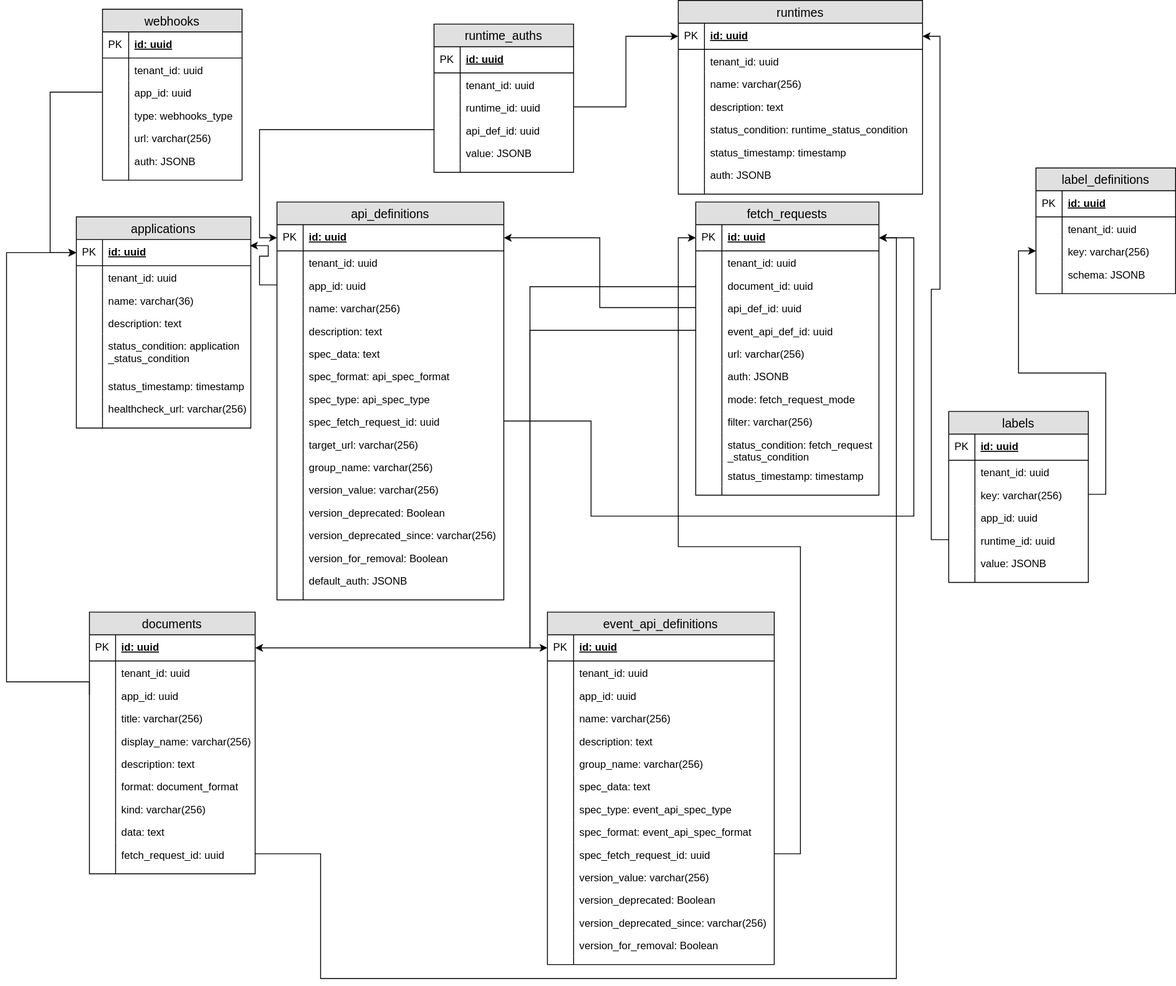
Above: docs/architecture/assets/entity_diagram.svg in kyma-incubator/compass (draw.io), before the change. Source tidied: cells renumbered, new cells last; positions are measured from the earlier drawing's top-left corner, leaving out a move shared by most shapes.
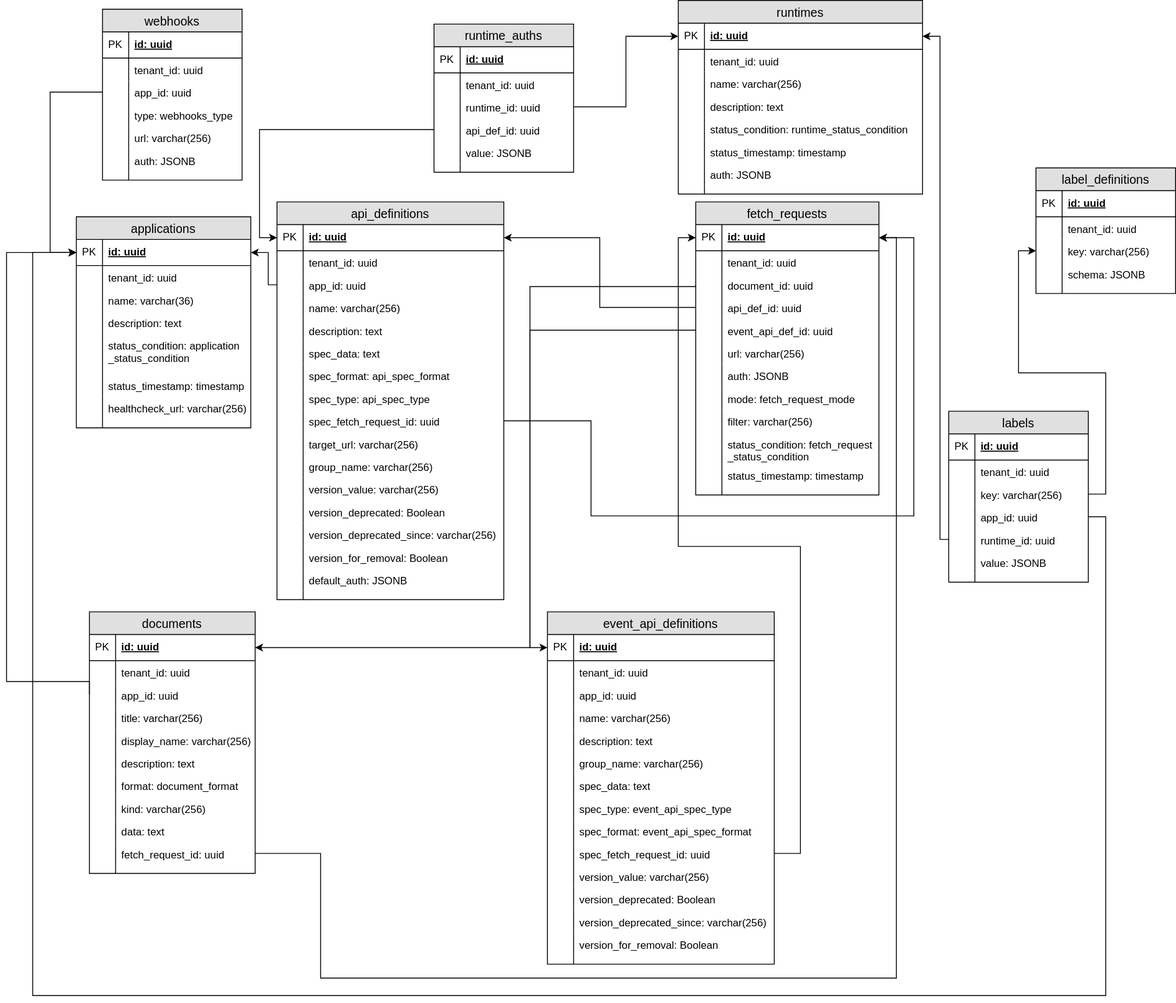
Above is the later version.

Diff of the diagram source:
```diff
@@ -538,8 +538,13 @@
         </Array>
       </mxGeometry>
     </mxCell>
-    <mxCell id="170" style="edgeStyle=orthogonalEdgeStyle;rounded=0;jettySize=auto;html=1;exitX=0;exitY=0.5;exitDx=0;exitDy=0;entryX=0.996;entryY=0.233;entryDx=0;entryDy=0;entryPerimeter=0;" parent="1" edge="1" source="77" target="3">
-      <mxGeometry relative="1" as="geometry" />
+    <mxCell id="170" style="edgeStyle=orthogonalEdgeStyle;rounded=0;jettySize=auto;html=1;exitX=0;exitY=0.5;exitDx=0;exitDy=0;entryX=1;entryY=0.5;entryDx=0;entryDy=0;" parent="1" edge="1" source="77" target="3">
+      <mxGeometry relative="1" as="geometry">
+        <Array as="points">
+          <mxPoint x="300" y="326" />
+          <mxPoint x="300" y="289" />
+        </Array>
+      </mxGeometry>
     </mxCell>
     <mxCell id="171" style="edgeStyle=orthogonalEdgeStyle;rounded=0;jettySize=auto;html=1;exitX=0;exitY=0.5;exitDx=0;exitDy=0;entryX=0;entryY=0.5;entryDx=0;entryDy=0;" parent="1" edge="1" source="143" target="3">
       <mxGeometry relative="1" as="geometry">
@@ -680,10 +685,25 @@
       <mxGeometry width="30" height="10" as="geometry" />
     </mxCell>
     <mxCell id="215" style="edgeStyle=orthogonalEdgeStyle;rounded=0;jettySize=auto;html=1;exitX=0;exitY=0.5;exitDx=0;exitDy=0;" parent="1" edge="1" source="209" target="173">
-      <mxGeometry relative="1" as="geometry" />
+      <mxGeometry relative="1" as="geometry">
+        <Array as="points">
+          <mxPoint x="1070" y="618" />
+          <mxPoint x="1070" y="41" />
+        </Array>
+      </mxGeometry>
     </mxCell>
     <mxCell id="216" style="edgeStyle=orthogonalEdgeStyle;rounded=0;jettySize=auto;html=1;exitX=1;exitY=0.5;exitDx=0;exitDy=0;entryX=0;entryY=0.5;entryDx=0;entryDy=0;" parent="1" edge="1" source="205" target="194">
       <mxGeometry relative="1" as="geometry" />
     </mxCell>
+    <mxCell id="217" style="edgeStyle=orthogonalEdgeStyle;rounded=0;jettySize=auto;html=1;exitX=1;exitY=0.5;exitDx=0;exitDy=0;" parent="1" edge="1" source="207" target="3">
+      <mxGeometry relative="1" as="geometry">
+        <Array as="points">
+          <mxPoint x="1260" y="592" />
+          <mxPoint x="1260" y="1141" />
+          <mxPoint x="30" y="1141" />
+          <mxPoint x="30" y="289" />
+        </Array>
+      </mxGeometry>
+    </mxCell>
   </root>
 </mxGraphModel>
```
